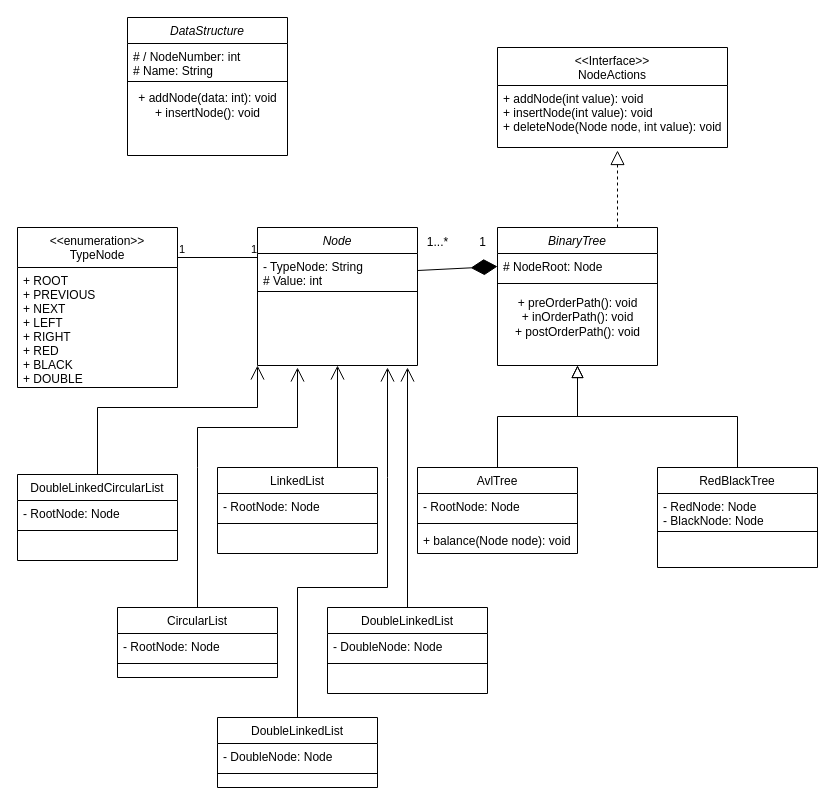
Above: BinaryTreeUMLDiagram.drawio in GabrielCevallos/DataBase (draw.io), before the change. Source tidied: cells renumbered, new cells numbered last; positions are measured from the earlier drawing's top-left corner, leaving out a move shared by most shapes. Both pictures are drawn from the tidied source at 100%, with x=0, y=0 at pixel (17, 17).
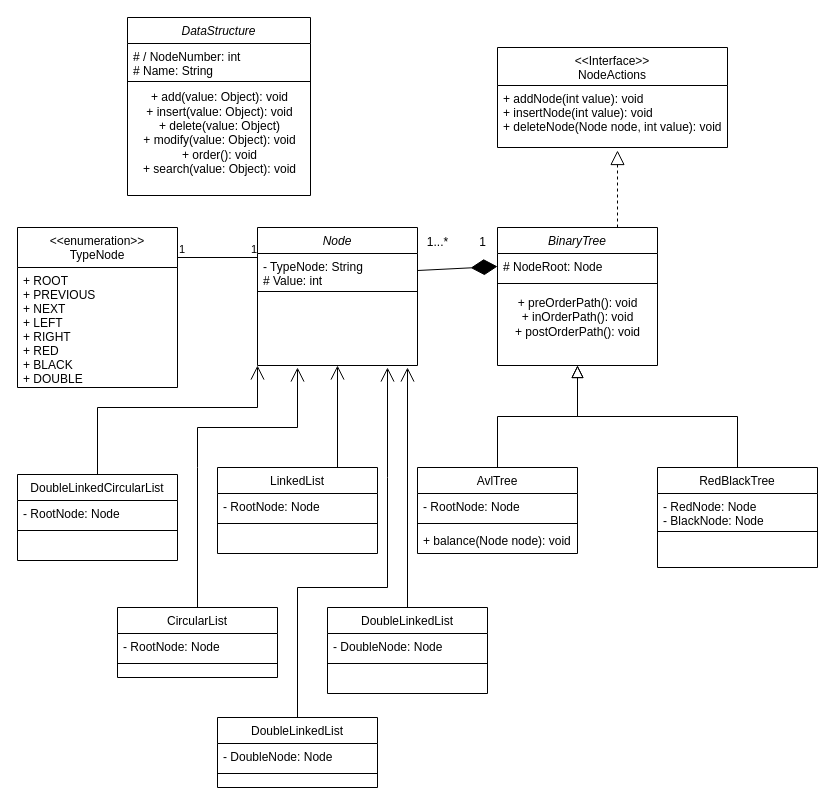
The same page after the edit.

The edit, as a diff of the source:
```diff
@@
     <mxCell id="49" value="DataStructure" style="swimlane;fontStyle=2;align=center;verticalAlign=top;horizontal=1;startSize=26;rounded=0;shadow=0;strokeWidth=1;" parent="1" vertex="1">
-      <mxGeometry x="110" width="160" height="138" as="geometry" />
+      <mxGeometry x="110" width="183" height="178" as="geometry" />
     </mxCell>
     <mxCell id="50" value="# / NodeNumber: int&#10;# Name: String" style="text;align=left;verticalAlign=top;spacingLeft=4;spacingRight=4;overflow=hidden;" parent="49" vertex="1">
-      <mxGeometry y="26" width="160" height="34" as="geometry" />
+      <mxGeometry y="26" width="183" height="34" as="geometry" />
     </mxCell>
     <mxCell id="51" style="line;html=1;strokeWidth=1;align=left;verticalAlign=middle;spacingTop=-1;spacingLeft=3;spacingRight=3;labelPosition=right;" parent="49" vertex="1">
-      <mxGeometry y="60" width="160" height="8" as="geometry" />
+      <mxGeometry y="60" width="183" height="8" as="geometry" />
     </mxCell>
-    <mxCell id="52" value="+ addNode(data: int): void&lt;div&gt;+ insertNode(): void&lt;/div&gt;" style="text;html=1;align=center;verticalAlign=middle;strokeColor=none;fillColor=none;" parent="49" vertex="1">
-      <mxGeometry y="68" width="160" height="40" as="geometry" />
+    <mxCell id="52" value="+ add(value: Object): void&lt;div&gt;+ insert(&lt;span style=&quot;background-color: initial;&quot;&gt;value: Object&lt;/span&gt;&lt;span style=&quot;background-color: initial;&quot;&gt;): void&lt;/span&gt;&lt;/div&gt;&lt;div&gt;+ delete(value: Object)&lt;/div&gt;&lt;div&gt;+ modify(value: Object): void&lt;/div&gt;&lt;div&gt;+ order(): void&lt;/div&gt;&lt;div&gt;+ search(value: Object): void&lt;/div&gt;&lt;div&gt;&lt;br&gt;&lt;/div&gt;" style="text;html=1;align=center;verticalAlign=middle;strokeColor=none;fillColor=none;" parent="49" vertex="1">
+      <mxGeometry y="68" width="183" height="110" as="geometry" />
     </mxCell>
```
